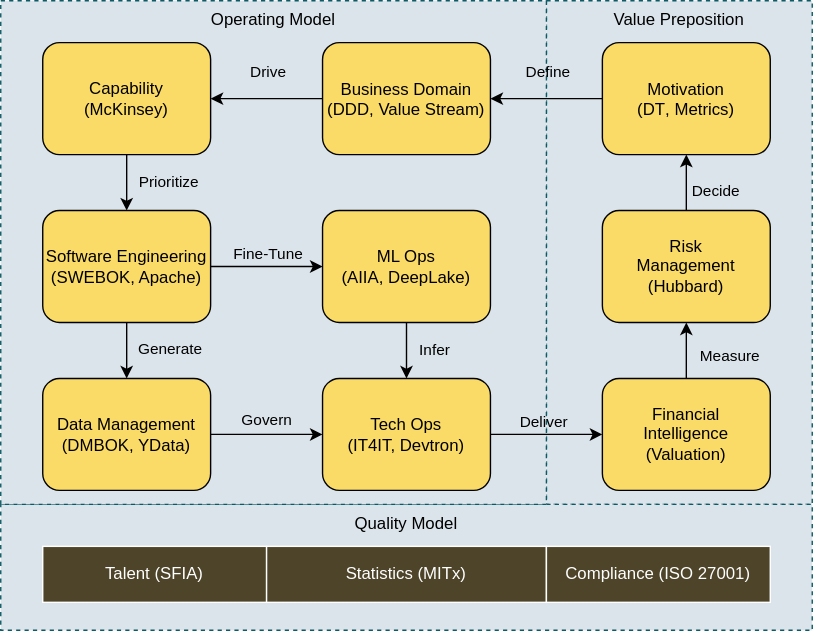
This is antora/docs/modules/ROOT/images/bok.drawio.svg from man-chi/foundation, a draw.io export, as it was before one commit. Source tidied: cells renumbered, new cells last; positions are measured from the earlier drawing's top-left corner, leaving out a move shared by most shapes.
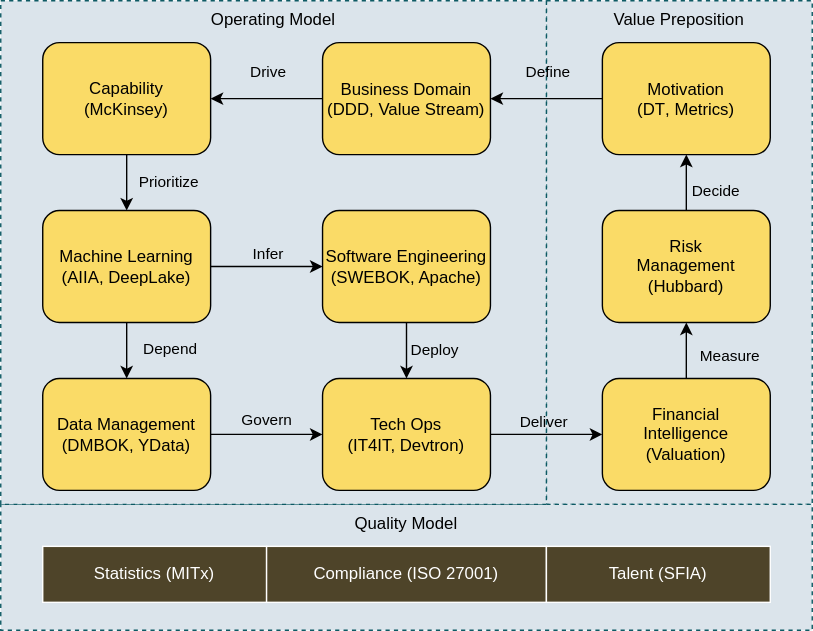
Above is the later version.

What changed in the source:
```diff
@@ -45,7 +45,7 @@
     <mxCell id="13" style="edgeStyle=none;rounded=0;jettySize=auto;html=1;entryX=0;entryY=0.5;entryDx=0;entryDy=0;" parent="1" edge="1" source="17" target="22">
       <mxGeometry relative="1" as="geometry" />
     </mxCell>
-    <mxCell id="14" value="Fine-Tune" style="edgeLabel;html=1;align=center;verticalAlign=middle;labelBackgroundColor=none;" parent="13" vertex="1">
+    <mxCell id="14" value="Infer" style="edgeLabel;html=1;align=center;verticalAlign=middle;labelBackgroundColor=none;" parent="13" vertex="1">
       <mxGeometry x="-0.7" y="-2" relative="1" as="geometry">
         <mxPoint x="28" y="-12" as="offset" />
       </mxGeometry>
@@ -53,12 +53,12 @@
     <mxCell id="15" style="edgeStyle=none;rounded=0;jettySize=auto;html=1;entryX=0.5;entryY=0;entryDx=0;entryDy=0;" parent="1" edge="1" source="17" target="24">
       <mxGeometry relative="1" as="geometry" />
     </mxCell>
-    <mxCell id="16" value="Generate" style="edgeLabel;html=1;align=center;verticalAlign=middle;labelBackgroundColor=none;" parent="15" vertex="1">
+    <mxCell id="16" value="Depend" style="edgeLabel;html=1;align=center;verticalAlign=middle;labelBackgroundColor=none;" parent="15" vertex="1">
       <mxGeometry x="-0.1" y="1" relative="1" as="geometry">
         <mxPoint x="29" as="offset" />
       </mxGeometry>
     </mxCell>
-    <mxCell id="17" value="Software Engineering&lt;br&gt;(SWEBOK, Apache)" style="rounded=1;whiteSpace=wrap;html=1;fillColor=#FADB67;" parent="1" vertex="1">
+    <mxCell id="17" value="Machine Learning&lt;br&gt;(AIIA, DeepLake)" style="rounded=1;whiteSpace=wrap;html=1;fillColor=#FADB67;" parent="1" vertex="1">
       <mxGeometry x="30" y="150" width="120" height="80" as="geometry" />
     </mxCell>
     <mxCell id="18" style="edgeStyle=orthogonalEdgeStyle;rounded=0;jettySize=auto;html=1;" parent="1" edge="1" source="20" target="30">
@@ -72,10 +72,10 @@
     <mxCell id="20" value="Tech Ops&lt;br&gt;(IT4IT, Devtron)" style="rounded=1;whiteSpace=wrap;html=1;fillColor=#FADB67;" parent="1" vertex="1">
       <mxGeometry x="230" y="270" width="120" height="80" as="geometry" />
     </mxCell>
-    <mxCell id="21" value="Infer" style="edgeStyle=none;rounded=0;jettySize=auto;html=1;labelBackgroundColor=none;" parent="1" edge="1" source="22" target="20">
+    <mxCell id="21" value="Deploy" style="edgeStyle=none;rounded=0;jettySize=auto;html=1;labelBackgroundColor=none;" parent="1" edge="1" source="22" target="20">
       <mxGeometry y="20" relative="1" as="geometry" />
     </mxCell>
-    <mxCell id="22" value="ML Ops&lt;br&gt;(AIIA, DeepLake)" style="rounded=1;whiteSpace=wrap;html=1;fillColor=#FADB67;" parent="1" vertex="1">
+    <mxCell id="22" value="Software Engineering&lt;br style=&quot;border-color: var(--border-color);&quot;&gt;(SWEBOK, Apache)" style="rounded=1;whiteSpace=wrap;html=1;fillColor=#FADB67;" parent="1" vertex="1">
       <mxGeometry x="230" y="150" width="120" height="80" as="geometry" />
     </mxCell>
     <mxCell id="23" value="Govern" style="edgeStyle=orthogonalEdgeStyle;rounded=0;jettySize=auto;html=1;entryX=0;entryY=0.5;entryDx=0;entryDy=0;labelBackgroundColor=none;" parent="1" edge="1" target="20">
@@ -108,13 +108,13 @@
     <mxCell id="30" value="Financial&lt;br&gt;Intelligence&lt;br&gt;(Valuation)" style="rounded=1;whiteSpace=wrap;html=1;fillColor=#FADB67;" parent="1" vertex="1">
       <mxGeometry x="430" y="270" width="120" height="80" as="geometry" />
     </mxCell>
-    <mxCell id="31" value="Talent (SFIA)" style="rounded=0;whiteSpace=wrap;html=1;strokeColor=#FFFFFF;fillColor=#4E4429;fontColor=#FFFFFF;" parent="1" vertex="1">
+    <mxCell id="31" value="&lt;span style=&quot;&quot;&gt;Statistics (MITx)&lt;/span&gt;" style="rounded=0;whiteSpace=wrap;html=1;strokeColor=#FFFFFF;fillColor=#4E4429;fontColor=#FFFFFF;" parent="1" vertex="1">
       <mxGeometry x="30" y="390" width="160" height="40" as="geometry" />
     </mxCell>
-    <mxCell id="32" value="Statistics (MITx)" style="rounded=0;whiteSpace=wrap;html=1;strokeColor=#FFFFFF;fillColor=#4E4429;fontColor=#FFFFFF;" parent="1" vertex="1">
+    <mxCell id="32" value="Compliance (ISO 27001)" style="rounded=0;whiteSpace=wrap;html=1;strokeColor=#FFFFFF;fillColor=#4E4429;fontColor=#FFFFFF;" parent="1" vertex="1">
       <mxGeometry x="190" y="390" width="200" height="40" as="geometry" />
     </mxCell>
-    <mxCell id="33" value="Compliance (ISO 27001)" style="rounded=0;whiteSpace=wrap;html=1;strokeColor=#FFFFFF;fillColor=#4E4429;fontColor=#FFFFFF;" parent="1" vertex="1">
+    <mxCell id="33" value="Talent (SFIA)" style="rounded=0;whiteSpace=wrap;html=1;strokeColor=#FFFFFF;fillColor=#4E4429;fontColor=#FFFFFF;" parent="1" vertex="1">
       <mxGeometry x="390" y="390" width="160" height="40" as="geometry" />
     </mxCell>
   </root>
```
